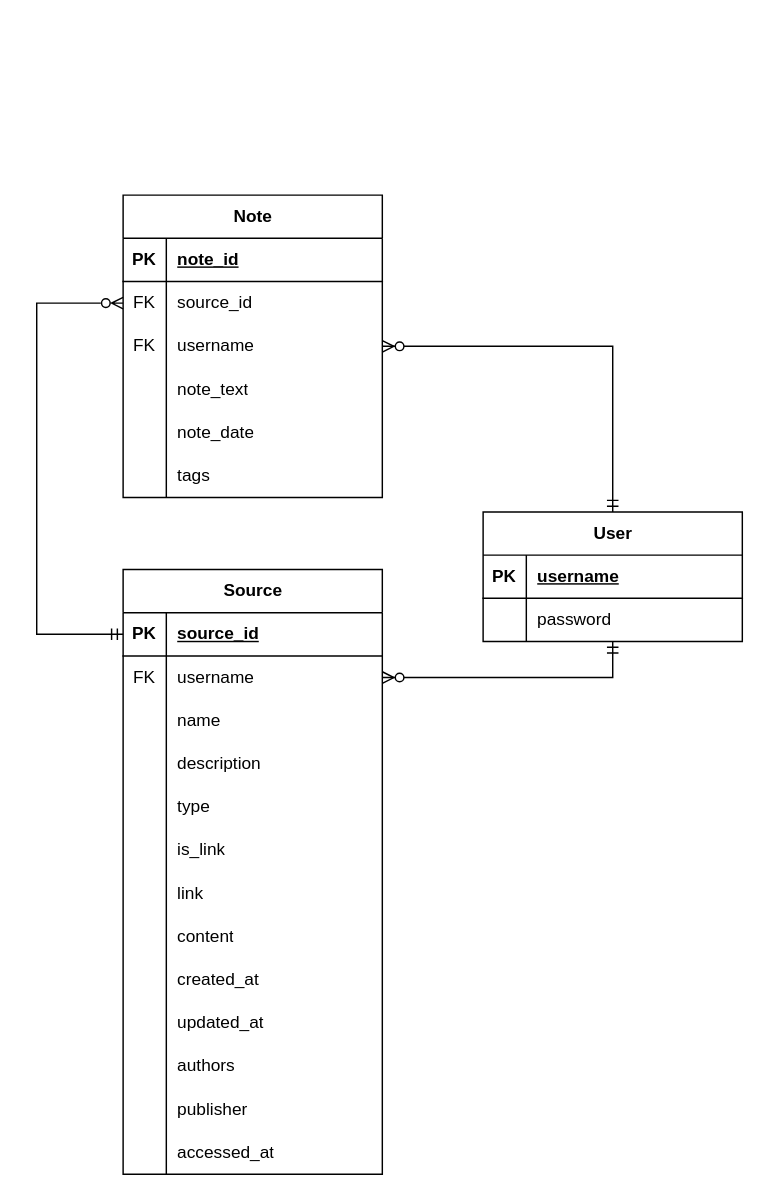
Earlier version of the draw.io diagram Documentation/Database/DB - ERD.drawio (StevenKight/CS4982-Group-2). Source tidied: cells renumbered, new cells numbered last; positions are measured from the earlier drawing's top-left corner, leaving out a move shared by most shapes. Both pictures are drawn from the tidied source at 144%, with x=0, y=0 at pixel (36, 194).
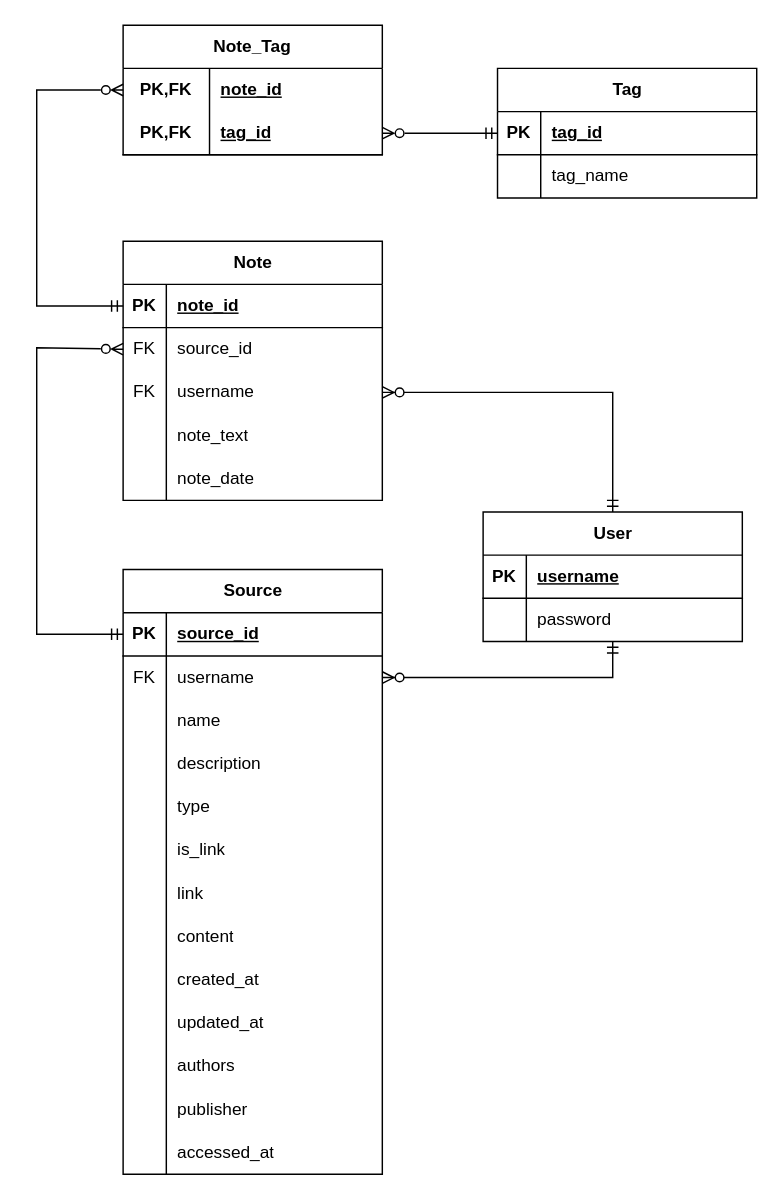
Above is the later version.

Commit message (it also covers changes not shown here):
Update database ERD

Update ERD to include new tables "Tags" and "Note_Tag" that are used in storage and filter by tags.

Unchanged cells that the change refers to:
```xml
<mxCell id="13" style="shape=tableRow;horizontal=0;startSize=0;swimlaneHead=0;swimlaneBody=0;fillColor=none;points=[[0,0.5],[1,0.5]];portConstraint=eastwest;top=0;left=0;right=0;bottom=1;" parent="12" vertex="1">
  <mxGeometry y="30" width="180" height="30" as="geometry" />
</mxCell>
<mxCell id="16" style="shape=tableRow;horizontal=0;startSize=0;swimlaneHead=0;swimlaneBody=0;fillColor=none;points=[[0,0.5],[1,0.5]];portConstraint=eastwest;top=0;left=0;right=0;bottom=0;" parent="12" vertex="1">
  <mxGeometry y="60" width="180" height="30" as="geometry" />
</mxCell>
<mxCell id="32" style="shape=tableRow;horizontal=0;startSize=0;swimlaneHead=0;swimlaneBody=0;fillColor=none;points=[[0,0.5],[1,0.5]];portConstraint=eastwest;top=0;left=0;right=0;bottom=1;" parent="31" vertex="1">
  <mxGeometry y="30" width="180" height="30" as="geometry" />
</mxCell>
```

Change to the diagram source:
```diff
@@
     <mxCell id="11" style="fontSize=12;html=1;endArrow=ERzeroToMany;startArrow=ERmandOne;rounded=0;entryX=0;entryY=0.5;entryDx=0;entryDy=0;endFill=0;exitX=0;exitY=0.5;exitDx=0;exitDy=0;edgeStyle=orthogonalEdgeStyle;" parent="1" edge="1" source="32" target="16">
       <mxGeometry relative="1" as="geometry">
         <Array as="points">
           <mxPoint y="305" />
-          <mxPoint y="75" />
+          <mxPoint y="106" />
+          <mxPoint x="60" y="106" />
         </Array>
       </mxGeometry>
     </mxCell>
     <mxCell id="12" value="Note" style="shape=table;startSize=30;childLayout=tableLayout;rowLines=0;fontStyle=1;align=center;html=1;" parent="1" vertex="1">
-      <mxGeometry x="60" width="180" height="210" as="geometry" />
+      <mxGeometry x="60" y="32" width="180" height="180" as="geometry" />
     </mxCell>
@@
-    <mxCell id="28" style="shape=tableRow;horizontal=0;startSize=0;swimlaneHead=0;swimlaneBody=0;fillColor=none;top=0;left=0;right=0;bottom=0;" parent="12" vertex="1">
-      <mxGeometry y="180" width="180" height="30" as="geometry" />
-    </mxCell>
-    <mxCell id="29" style="shape=partialRectangle;fillColor=none;top=0;left=0;bottom=0;right=0;overflow=hidden;whiteSpace=wrap;html=1;" parent="28" vertex="1">
-      <mxGeometry width="30" height="30" as="geometry" />
-    </mxCell>
-    <mxCell id="30" value="tags" style="shape=partialRectangle;fillColor=none;top=0;left=0;bottom=0;right=0;align=left;spacingLeft=6;overflow=hidden;whiteSpace=wrap;html=1;" parent="28" vertex="1">
-      <mxGeometry x="30" width="150" height="30" as="geometry" />
-    </mxCell>
@@
+    <mxCell id="71" value="Note_Tag" style="shape=table;startSize=30;childLayout=tableLayout;rowLines=0;fontStyle=1;align=center;html=1;whiteSpace=wrap;" parent="1" vertex="1">
+      <mxGeometry x="60" y="-118" width="180" height="90" as="geometry" />
+    </mxCell>
+    <mxCell id="72" style="shape=tableRow;horizontal=0;startSize=0;swimlaneHead=0;swimlaneBody=0;fillColor=none;points=[[0,0.5],[1,0.5]];portConstraint=eastwest;top=0;left=0;right=0;bottom=0;html=1;" parent="71" vertex="1">
+      <mxGeometry y="30" width="180" height="30" as="geometry" />
+    </mxCell>
+    <mxCell id="73" value="PK,FK" style="shape=partialRectangle;fillColor=none;top=0;left=0;bottom=0;right=0;fontStyle=1;overflow=hidden;html=1;whiteSpace=wrap;" parent="72" vertex="1">
+      <mxGeometry width="60" height="30" as="geometry" />
+    </mxCell>
+    <mxCell id="74" value="note_id" style="shape=partialRectangle;fillColor=none;top=0;left=0;bottom=0;right=0;align=left;spacingLeft=6;fontStyle=5;overflow=hidden;html=1;whiteSpace=wrap;" parent="72" vertex="1">
+      <mxGeometry x="60" width="120" height="30" as="geometry" />
+    </mxCell>
+    <mxCell id="75" style="shape=tableRow;horizontal=0;startSize=0;swimlaneHead=0;swimlaneBody=0;fillColor=none;points=[[0,0.5],[1,0.5]];portConstraint=eastwest;top=0;left=0;right=0;bottom=1;html=1;" parent="71" vertex="1">
+      <mxGeometry y="60" width="180" height="30" as="geometry" />
+    </mxCell>
+    <mxCell id="76" value="PK,FK" style="shape=partialRectangle;fillColor=none;top=0;left=0;bottom=0;right=0;fontStyle=1;overflow=hidden;html=1;whiteSpace=wrap;" parent="75" vertex="1">
+      <mxGeometry width="60" height="30" as="geometry" />
+    </mxCell>
+    <mxCell id="77" value="tag_id" style="shape=partialRectangle;fillColor=none;top=0;left=0;bottom=0;right=0;align=left;spacingLeft=6;fontStyle=5;overflow=hidden;html=1;whiteSpace=wrap;" parent="75" vertex="1">
+      <mxGeometry x="60" width="120" height="30" as="geometry" />
+    </mxCell>
+    <mxCell id="78" value="Tag" style="shape=table;startSize=30;childLayout=tableLayout;rowLines=0;fontStyle=1;align=center;html=1;" parent="1" vertex="1">
+      <mxGeometry x="320" y="-88" width="180" height="90" as="geometry" />
+    </mxCell>
+    <mxCell id="79" style="shape=tableRow;horizontal=0;startSize=0;swimlaneHead=0;swimlaneBody=0;fillColor=none;points=[[0,0.5],[1,0.5]];portConstraint=eastwest;top=0;left=0;right=0;bottom=1;" parent="78" vertex="1">
+      <mxGeometry y="30" width="180" height="30" as="geometry" />
+    </mxCell>
+    <mxCell id="80" value="PK" style="shape=partialRectangle;fillColor=none;top=0;left=0;bottom=0;right=0;fontStyle=1;overflow=hidden;whiteSpace=wrap;html=1;" parent="79" vertex="1">
+      <mxGeometry width="30" height="30" as="geometry" />
+    </mxCell>
+    <mxCell id="81" value="tag_id" style="shape=partialRectangle;fillColor=none;top=0;left=0;bottom=0;right=0;align=left;spacingLeft=6;fontStyle=5;overflow=hidden;whiteSpace=wrap;html=1;" parent="79" vertex="1">
+      <mxGeometry x="30" width="150" height="30" as="geometry" />
+    </mxCell>
+    <mxCell id="82" style="shape=tableRow;horizontal=0;startSize=0;swimlaneHead=0;swimlaneBody=0;fillColor=none;top=0;left=0;right=0;bottom=0;" parent="78" vertex="1">
+      <mxGeometry y="60" width="180" height="30" as="geometry" />
+    </mxCell>
+    <mxCell id="29" style="shape=partialRectangle;fillColor=none;top=0;left=0;bottom=0;right=0;overflow=hidden;whiteSpace=wrap;html=1;" parent="82" vertex="1">
+      <mxGeometry width="30" height="30" as="geometry" />
+    </mxCell>
+    <mxCell id="83" value="tag_name" style="shape=partialRectangle;fillColor=none;top=0;left=0;bottom=0;right=0;align=left;spacingLeft=6;overflow=hidden;whiteSpace=wrap;html=1;" parent="82" vertex="1">
+      <mxGeometry x="30" width="150" height="30" as="geometry" />
+    </mxCell>
+    <mxCell id="84" style="fontSize=12;html=1;endArrow=ERzeroToMany;startArrow=ERmandOne;rounded=0;entryX=0;entryY=0.5;entryDx=0;entryDy=0;endFill=0;exitX=0;exitY=0.5;exitDx=0;exitDy=0;edgeStyle=orthogonalEdgeStyle;" parent="1" edge="1" source="13" target="72">
+      <mxGeometry relative="1" as="geometry">
+        <Array as="points">
+          <mxPoint y="77" />
+          <mxPoint y="-73" />
+        </Array>
+      </mxGeometry>
+    </mxCell>
+    <mxCell id="85" style="fontSize=12;html=1;endArrow=ERzeroToMany;startArrow=ERmandOne;rounded=0;entryX=1;entryY=0.5;entryDx=0;entryDy=0;endFill=0;exitX=0;exitY=0.5;exitDx=0;exitDy=0;edgeStyle=orthogonalEdgeStyle;" parent="1" edge="1" source="79" target="75">
+      <mxGeometry relative="1" as="geometry">
+        <Array as="points">
+          <mxPoint x="300" y="-43" />
+          <mxPoint x="300" y="-43" />
+        </Array>
+      </mxGeometry>
+    </mxCell>
```
